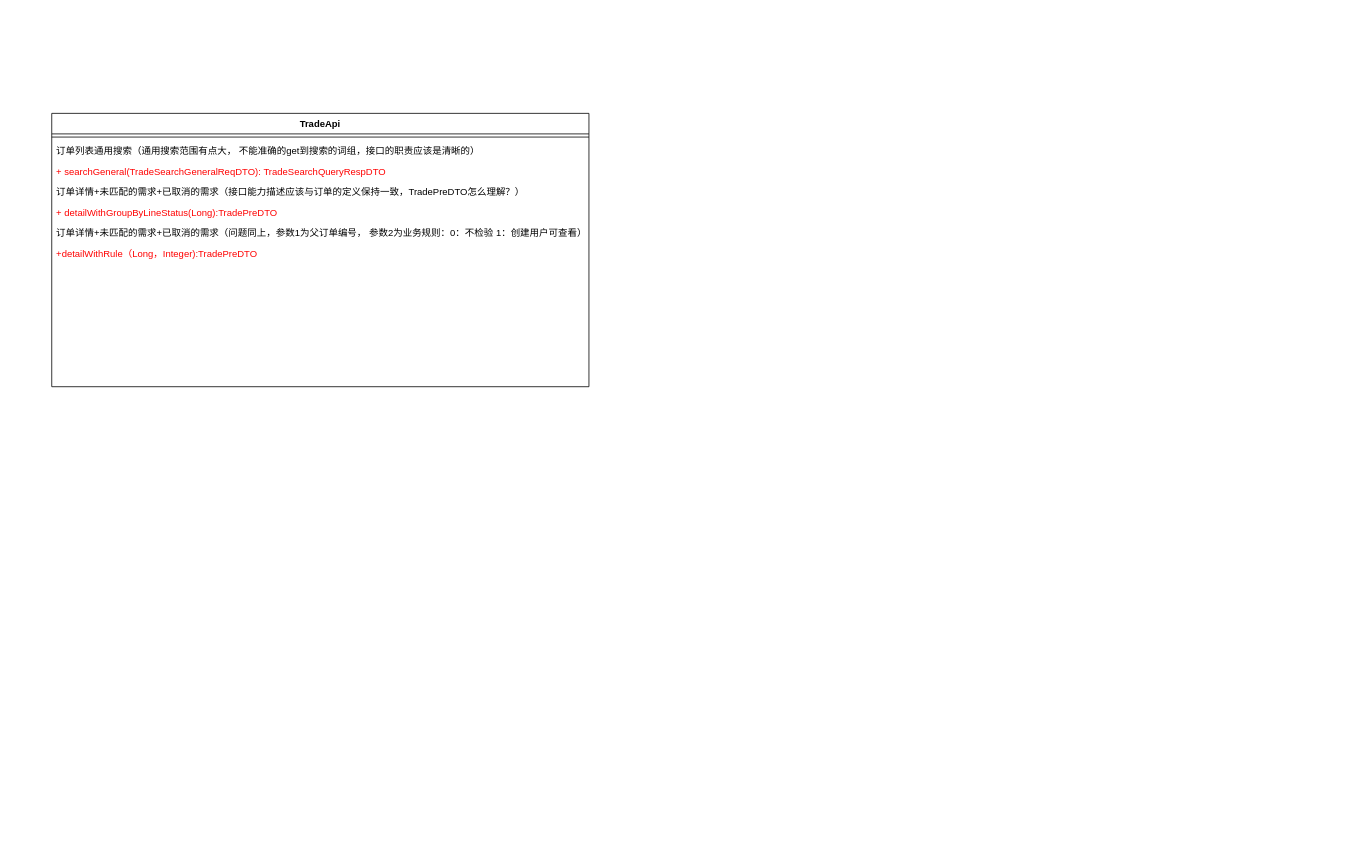
Earlier version of the draw.io diagram page "类图-Trade" (17 of 20) of docs/order.drawio (lokiworks/codebase). Source tidied: cells renumbered, new cells numbered last; positions are measured from the earlier drawing's top-left corner, leaving out a move shared by most shapes. Both pictures are drawn from the tidied source at 79%, with x=0, y=0 at pixel (51, 113).
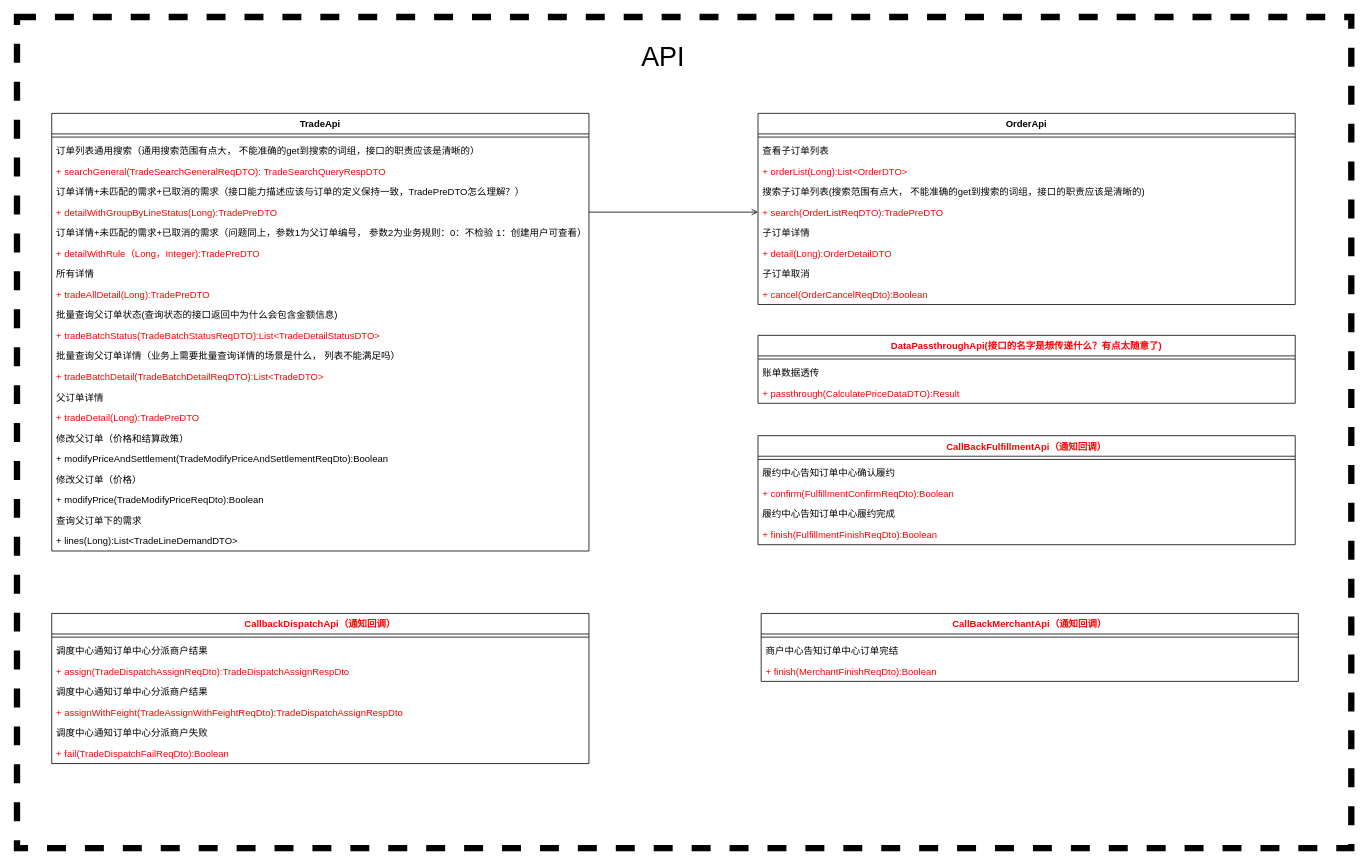
The same diagram, later.

Unchanged cells that the change refers to:
```xml
<mxCell id="7" value="+ detailWithGroupByLineStatus(Long):TradePreDTO" style="text;strokeColor=none;fillColor=none;align=left;verticalAlign=top;spacingLeft=4;spacingRight=4;overflow=hidden;points=[[0,0.5],[1,0.5]];portConstraint=eastwest;fontColor=#FF0000;" parent="2" vertex="1">
  <mxGeometry y="112" width="680" height="26" as="geometry" />
</mxCell>
```

What changed in the source:
```diff
@@
+    <mxCell id="16" style="rounded=0;whiteSpace=wrap;html=1;fontColor=#FF0000;dashed=1;strokeWidth=8;" parent="1" vertex="1">
+      <mxGeometry x="-44" y="-122" width="1689" height="1052" as="geometry" />
+    </mxCell>
     <mxCell id="2" value="TradeApi" style="swimlane;fontStyle=1;align=center;verticalAlign=top;horizontal=1;startSize=26;" parent="1" vertex="1">
-      <mxGeometry width="680" height="346" as="geometry" />
+      <mxGeometry width="680" height="554" as="geometry" />
     </mxCell>
@@
-    <mxCell id="9" value="+detailWithRule（Long，Integer):TradePreDTO" style="text;strokeColor=none;fillColor=none;align=left;verticalAlign=top;spacingLeft=4;spacingRight=4;overflow=hidden;fontColor=#FF0000;" parent="2" vertex="1">
+    <mxCell id="9" value="+ detailWithRule（Long，Integer):TradePreDTO" style="text;strokeColor=none;fillColor=none;align=left;verticalAlign=top;spacingLeft=4;spacingRight=4;overflow=hidden;fontColor=#FF0000;" parent="2" vertex="1">
       <mxGeometry y="164" width="680" height="26" as="geometry" />
     </mxCell>
-    <mxCell id="10" style="text;strokeColor=none;fillColor=none;align=left;verticalAlign=top;spacingLeft=4;spacingRight=4;overflow=hidden;" parent="2" vertex="1">
+    <mxCell id="10" value="所有详情" style="text;strokeColor=none;fillColor=none;align=left;verticalAlign=top;spacingLeft=4;spacingRight=4;overflow=hidden;" parent="2" vertex="1">
       <mxGeometry y="190" width="680" height="26" as="geometry" />
     </mxCell>
-    <mxCell id="11" style="text;strokeColor=none;fillColor=none;align=left;verticalAlign=top;spacingLeft=4;spacingRight=4;overflow=hidden;" parent="2" vertex="1">
+    <mxCell id="11" value="+ tradeAllDetail(Long):TradePreDTO" style="text;strokeColor=none;fillColor=none;align=left;verticalAlign=top;spacingLeft=4;spacingRight=4;overflow=hidden;fontColor=#FF0000;" parent="2" vertex="1">
       <mxGeometry y="216" width="680" height="26" as="geometry" />
     </mxCell>
-    <mxCell id="12" style="text;strokeColor=none;fillColor=none;align=left;verticalAlign=top;spacingLeft=4;spacingRight=4;overflow=hidden;" parent="2" vertex="1">
+    <mxCell id="12" value="批量查询父订单状态(查询状态的接口返回中为什么会包含金额信息)" style="text;strokeColor=none;fillColor=none;align=left;verticalAlign=top;spacingLeft=4;spacingRight=4;overflow=hidden;" parent="2" vertex="1">
       <mxGeometry y="242" width="680" height="26" as="geometry" />
     </mxCell>
-    <mxCell id="13" style="text;strokeColor=none;fillColor=none;align=left;verticalAlign=top;spacingLeft=4;spacingRight=4;overflow=hidden;" parent="2" vertex="1">
+    <mxCell id="13" value="+ tradeBatchStatus(TradeBatchStatusReqDTO):List&lt;TradeDetailStatusDTO&gt;" style="text;strokeColor=none;fillColor=none;align=left;verticalAlign=top;spacingLeft=4;spacingRight=4;overflow=hidden;fontColor=#FF0000;" parent="2" vertex="1">
       <mxGeometry y="268" width="680" height="26" as="geometry" />
     </mxCell>
-    <mxCell id="14" style="text;strokeColor=none;fillColor=none;align=left;verticalAlign=top;spacingLeft=4;spacingRight=4;overflow=hidden;" parent="2" vertex="1">
+    <mxCell id="14" value="批量查询父订单详情（业务上需要批量查询详情的场景是什么， 列表不能满足吗）" style="text;strokeColor=none;fillColor=none;align=left;verticalAlign=top;spacingLeft=4;spacingRight=4;overflow=hidden;" parent="2" vertex="1">
       <mxGeometry y="294" width="680" height="26" as="geometry" />
     </mxCell>
-    <mxCell id="15" style="text;strokeColor=none;fillColor=none;align=left;verticalAlign=top;spacingLeft=4;spacingRight=4;overflow=hidden;" parent="2" vertex="1">
+    <mxCell id="15" value="+ tradeBatchDetail(TradeBatchDetailReqDTO):List&lt;TradeDTO&gt;" style="text;strokeColor=none;fillColor=none;align=left;verticalAlign=top;spacingLeft=4;spacingRight=4;overflow=hidden;fontColor=#FF0000;" parent="2" vertex="1">
       <mxGeometry y="320" width="680" height="26" as="geometry" />
     </mxCell>
+    <mxCell id="17" value="父订单详情" style="text;strokeColor=none;fillColor=none;align=left;verticalAlign=top;spacingLeft=4;spacingRight=4;overflow=hidden;" parent="2" vertex="1">
+      <mxGeometry y="346" width="680" height="26" as="geometry" />
+    </mxCell>
+    <mxCell id="18" value="+ tradeDetail(Long):TradePreDTO" style="text;strokeColor=none;fillColor=none;align=left;verticalAlign=top;spacingLeft=4;spacingRight=4;overflow=hidden;fontColor=#FF0000;" parent="2" vertex="1">
+      <mxGeometry y="372" width="680" height="26" as="geometry" />
+    </mxCell>
+    <mxCell id="19" value="修改父订单（价格和结算政策）" style="text;strokeColor=none;fillColor=none;align=left;verticalAlign=top;spacingLeft=4;spacingRight=4;overflow=hidden;" parent="2" vertex="1">
+      <mxGeometry y="398" width="680" height="26" as="geometry" />
+    </mxCell>
+    <mxCell id="20" value="+ modifyPriceAndSettlement(TradeModifyPriceAndSettlementReqDto):Boolean" style="text;strokeColor=none;fillColor=none;align=left;verticalAlign=top;spacingLeft=4;spacingRight=4;overflow=hidden;" parent="2" vertex="1">
+      <mxGeometry y="424" width="680" height="26" as="geometry" />
+    </mxCell>
+    <mxCell id="21" value="修改父订单（价格）" style="text;strokeColor=none;fillColor=none;align=left;verticalAlign=top;spacingLeft=4;spacingRight=4;overflow=hidden;" parent="2" vertex="1">
+      <mxGeometry y="450" width="680" height="26" as="geometry" />
+    </mxCell>
+    <mxCell id="22" value="+ modifyPrice(TradeModifyPriceReqDto):Boolean" style="text;strokeColor=none;fillColor=none;align=left;verticalAlign=top;spacingLeft=4;spacingRight=4;overflow=hidden;" parent="2" vertex="1">
+      <mxGeometry y="476" width="680" height="26" as="geometry" />
+    </mxCell>
+    <mxCell id="23" value="查询父订单下的需求" style="text;strokeColor=none;fillColor=none;align=left;verticalAlign=top;spacingLeft=4;spacingRight=4;overflow=hidden;" parent="2" vertex="1">
+      <mxGeometry y="502" width="680" height="26" as="geometry" />
+    </mxCell>
+    <mxCell id="24" value="+ lines(Long):List&lt;TradeLineDemandDTO&gt;" style="text;strokeColor=none;fillColor=none;align=left;verticalAlign=top;spacingLeft=4;spacingRight=4;overflow=hidden;" parent="2" vertex="1">
+      <mxGeometry y="528" width="680" height="26" as="geometry" />
+    </mxCell>
+    <mxCell id="25" value="OrderApi" style="swimlane;fontStyle=1;align=center;verticalAlign=top;horizontal=1;startSize=26;" parent="1" vertex="1">
+      <mxGeometry x="894" width="680" height="242" as="geometry" />
+    </mxCell>
+    <mxCell id="26" style="line;strokeWidth=1;fillColor=none;align=left;verticalAlign=middle;spacingTop=-1;spacingLeft=3;spacingRight=3;labelPosition=right;" parent="25" vertex="1">
+      <mxGeometry y="26" width="680" height="8" as="geometry" />
+    </mxCell>
+    <mxCell id="27" value="查看子订单列表" style="text;strokeColor=none;fillColor=none;align=left;verticalAlign=top;spacingLeft=4;spacingRight=4;overflow=hidden;" parent="25" vertex="1">
+      <mxGeometry y="34" width="680" height="26" as="geometry" />
+    </mxCell>
+    <mxCell id="28" value="+ orderList(Long):List&lt;OrderDTO&gt;" style="text;strokeColor=none;fillColor=none;align=left;verticalAlign=top;spacingLeft=4;spacingRight=4;overflow=hidden;fontColor=#FF0000;" parent="25" vertex="1">
+      <mxGeometry y="60" width="680" height="26" as="geometry" />
+    </mxCell>
+    <mxCell id="29" value="搜索子订单列表(搜索范围有点大， 不能准确的get到搜索的词组，接口的职责应该是清晰的)" style="text;strokeColor=none;fillColor=none;align=left;verticalAlign=top;spacingLeft=4;spacingRight=4;overflow=hidden;" parent="25" vertex="1">
+      <mxGeometry y="86" width="680" height="26" as="geometry" />
+    </mxCell>
+    <mxCell id="30" value="+ search(OrderListReqDTO):TradePreDTO" style="text;strokeColor=none;fillColor=none;align=left;verticalAlign=top;spacingLeft=4;spacingRight=4;overflow=hidden;points=[[0,0.5],[1,0.5]];portConstraint=eastwest;fontColor=#FF0000;" parent="25" vertex="1">
+      <mxGeometry y="112" width="680" height="26" as="geometry" />
+    </mxCell>
+    <mxCell id="31" value="子订单详情" style="text;strokeColor=none;fillColor=none;align=left;verticalAlign=top;spacingLeft=4;spacingRight=4;overflow=hidden;" parent="25" vertex="1">
+      <mxGeometry y="138" width="680" height="26" as="geometry" />
+    </mxCell>
+    <mxCell id="32" value="+ detail(Long):OrderDetailDTO" style="text;strokeColor=none;fillColor=none;align=left;verticalAlign=top;spacingLeft=4;spacingRight=4;overflow=hidden;fontColor=#FF0000;" parent="25" vertex="1">
+      <mxGeometry y="164" width="680" height="26" as="geometry" />
+    </mxCell>
+    <mxCell id="33" value="子订单取消" style="text;strokeColor=none;fillColor=none;align=left;verticalAlign=top;spacingLeft=4;spacingRight=4;overflow=hidden;" parent="25" vertex="1">
+      <mxGeometry y="190" width="680" height="26" as="geometry" />
+    </mxCell>
+    <mxCell id="34" value="+ cancel(OrderCancelReqDto):Boolean" style="text;strokeColor=none;fillColor=none;align=left;verticalAlign=top;spacingLeft=4;spacingRight=4;overflow=hidden;fontColor=#FF0000;" parent="25" vertex="1">
+      <mxGeometry y="216" width="680" height="26" as="geometry" />
+    </mxCell>
+    <mxCell id="35" style="edgeStyle=orthogonalEdgeStyle;rounded=0;jettySize=auto;html=1;exitX=1;exitY=0.5;exitDx=0;exitDy=0;fontColor=#FF0000;endArrow=open;endFill=0;" parent="1" edge="1" source="7" target="30">
+      <mxGeometry relative="1" as="geometry" />
+    </mxCell>
+    <mxCell id="36" value="DataPassthroughApi(接口的名字是想传递什么？有点太随意了)" style="swimlane;fontStyle=1;align=center;verticalAlign=top;horizontal=1;startSize=26;fontColor=#FF0000;" parent="1" vertex="1">
+      <mxGeometry x="894" y="281" width="680" height="86" as="geometry" />
+    </mxCell>
+    <mxCell id="37" style="line;strokeWidth=1;fillColor=none;align=left;verticalAlign=middle;spacingTop=-1;spacingLeft=3;spacingRight=3;labelPosition=right;" parent="36" vertex="1">
+      <mxGeometry y="26" width="680" height="8" as="geometry" />
+    </mxCell>
+    <mxCell id="38" value="账单数据透传" style="text;strokeColor=none;fillColor=none;align=left;verticalAlign=top;spacingLeft=4;spacingRight=4;overflow=hidden;" parent="36" vertex="1">
+      <mxGeometry y="34" width="680" height="26" as="geometry" />
+    </mxCell>
+    <mxCell id="39" value="+ passthrough(CalculatePriceDataDTO):Result" style="text;strokeColor=none;fillColor=none;align=left;verticalAlign=top;spacingLeft=4;spacingRight=4;overflow=hidden;fontColor=#FF0000;" parent="36" vertex="1">
+      <mxGeometry y="60" width="680" height="26" as="geometry" />
+    </mxCell>
+    <mxCell id="40" value="CallbackDispatchApi（通知回调）" style="swimlane;fontStyle=1;align=center;verticalAlign=top;horizontal=1;startSize=26;fontColor=#FF0000;" parent="1" vertex="1">
+      <mxGeometry y="633" width="680" height="190" as="geometry" />
+    </mxCell>
+    <mxCell id="41" style="line;strokeWidth=1;fillColor=none;align=left;verticalAlign=middle;spacingTop=-1;spacingLeft=3;spacingRight=3;labelPosition=right;" parent="40" vertex="1">
+      <mxGeometry y="26" width="680" height="8" as="geometry" />
+    </mxCell>
+    <mxCell id="42" value="调度中心通知订单中心分派商户结果" style="text;strokeColor=none;fillColor=none;align=left;verticalAlign=top;spacingLeft=4;spacingRight=4;overflow=hidden;" parent="40" vertex="1">
+      <mxGeometry y="34" width="680" height="26" as="geometry" />
+    </mxCell>
+    <mxCell id="43" value="+ assign(TradeDispatchAssignReqDto):TradeDispatchAssignRespDto" style="text;strokeColor=none;fillColor=none;align=left;verticalAlign=top;spacingLeft=4;spacingRight=4;overflow=hidden;fontColor=#FF0000;" parent="40" vertex="1">
+      <mxGeometry y="60" width="680" height="26" as="geometry" />
+    </mxCell>
+    <mxCell id="44" value="调度中心通知订单中心分派商户结果" style="text;strokeColor=none;fillColor=none;align=left;verticalAlign=top;spacingLeft=4;spacingRight=4;overflow=hidden;" parent="40" vertex="1">
+      <mxGeometry y="86" width="680" height="26" as="geometry" />
+    </mxCell>
+    <mxCell id="45" value="+ assignWithFeight(TradeAssignWithFeightReqDto):TradeDispatchAssignRespDto" style="text;strokeColor=none;fillColor=none;align=left;verticalAlign=top;spacingLeft=4;spacingRight=4;overflow=hidden;fontColor=#FF0000;" parent="40" vertex="1">
+      <mxGeometry y="112" width="680" height="26" as="geometry" />
+    </mxCell>
+    <mxCell id="46" value="调度中心通知订单中心分派商户失败" style="text;strokeColor=none;fillColor=none;align=left;verticalAlign=top;spacingLeft=4;spacingRight=4;overflow=hidden;" parent="40" vertex="1">
+      <mxGeometry y="138" width="680" height="26" as="geometry" />
+    </mxCell>
+    <mxCell id="47" value="+ fail(TradeDispatchFailReqDto):Boolean" style="text;strokeColor=none;fillColor=none;align=left;verticalAlign=top;spacingLeft=4;spacingRight=4;overflow=hidden;fontColor=#FF0000;" parent="40" vertex="1">
+      <mxGeometry y="164" width="680" height="26" as="geometry" />
+    </mxCell>
+    <mxCell id="48" value="API" style="text;html=1;strokeColor=none;fillColor=none;align=center;verticalAlign=middle;whiteSpace=wrap;rounded=0;dashed=1;fontColor=#000000;strokeWidth=6;fontSize=34;" parent="1" vertex="1">
+      <mxGeometry x="744" y="-87" width="60" height="30" as="geometry" />
+    </mxCell>
+    <mxCell id="49" value="CallBackFulfillmentApi（通知回调）" style="swimlane;fontStyle=1;align=center;verticalAlign=top;horizontal=1;startSize=26;fontColor=#FF0000;" parent="1" vertex="1">
+      <mxGeometry x="894" y="408" width="680" height="138" as="geometry" />
+    </mxCell>
+    <mxCell id="50" style="line;strokeWidth=1;fillColor=none;align=left;verticalAlign=middle;spacingTop=-1;spacingLeft=3;spacingRight=3;labelPosition=right;" parent="49" vertex="1">
+      <mxGeometry y="26" width="680" height="8" as="geometry" />
+    </mxCell>
+    <mxCell id="51" value="履约中心告知订单中心确认履约" style="text;strokeColor=none;fillColor=none;align=left;verticalAlign=top;spacingLeft=4;spacingRight=4;overflow=hidden;" parent="49" vertex="1">
+      <mxGeometry y="34" width="680" height="26" as="geometry" />
+    </mxCell>
+    <mxCell id="52" value="+ confirm(FulfillmentConfirmReqDto):Boolean" style="text;strokeColor=none;fillColor=none;align=left;verticalAlign=top;spacingLeft=4;spacingRight=4;overflow=hidden;fontColor=#FF0000;" parent="49" vertex="1">
+      <mxGeometry y="60" width="680" height="26" as="geometry" />
+    </mxCell>
+    <mxCell id="53" value="履约中心告知订单中心履约完成" style="text;strokeColor=none;fillColor=none;align=left;verticalAlign=top;spacingLeft=4;spacingRight=4;overflow=hidden;" parent="49" vertex="1">
+      <mxGeometry y="86" width="680" height="26" as="geometry" />
+    </mxCell>
+    <mxCell id="54" value="+ finish(FulfillmentFinishReqDto):Boolean" style="text;strokeColor=none;fillColor=none;align=left;verticalAlign=top;spacingLeft=4;spacingRight=4;overflow=hidden;fontColor=#FF0000;" parent="49" vertex="1">
+      <mxGeometry y="112" width="680" height="26" as="geometry" />
+    </mxCell>
+    <mxCell id="55" value="CallBackMerchantApi（通知回调）" style="swimlane;fontStyle=1;align=center;verticalAlign=top;horizontal=1;startSize=26;fontColor=#FF0000;" parent="1" vertex="1">
+      <mxGeometry x="898" y="633" width="680" height="86" as="geometry" />
+    </mxCell>
+    <mxCell id="56" style="line;strokeWidth=1;fillColor=none;align=left;verticalAlign=middle;spacingTop=-1;spacingLeft=3;spacingRight=3;labelPosition=right;" parent="55" vertex="1">
+      <mxGeometry y="26" width="680" height="8" as="geometry" />
+    </mxCell>
+    <mxCell id="57" value="商户中心告知订单中心订单完结" style="text;strokeColor=none;fillColor=none;align=left;verticalAlign=top;spacingLeft=4;spacingRight=4;overflow=hidden;" parent="55" vertex="1">
+      <mxGeometry y="34" width="680" height="26" as="geometry" />
+    </mxCell>
+    <mxCell id="58" value="+ finish(MerchantFinishReqDto):Boolean" style="text;strokeColor=none;fillColor=none;align=left;verticalAlign=top;spacingLeft=4;spacingRight=4;overflow=hidden;fontColor=#FF0000;" parent="55" vertex="1">
+      <mxGeometry y="60" width="680" height="26" as="geometry" />
+    </mxCell>
```
